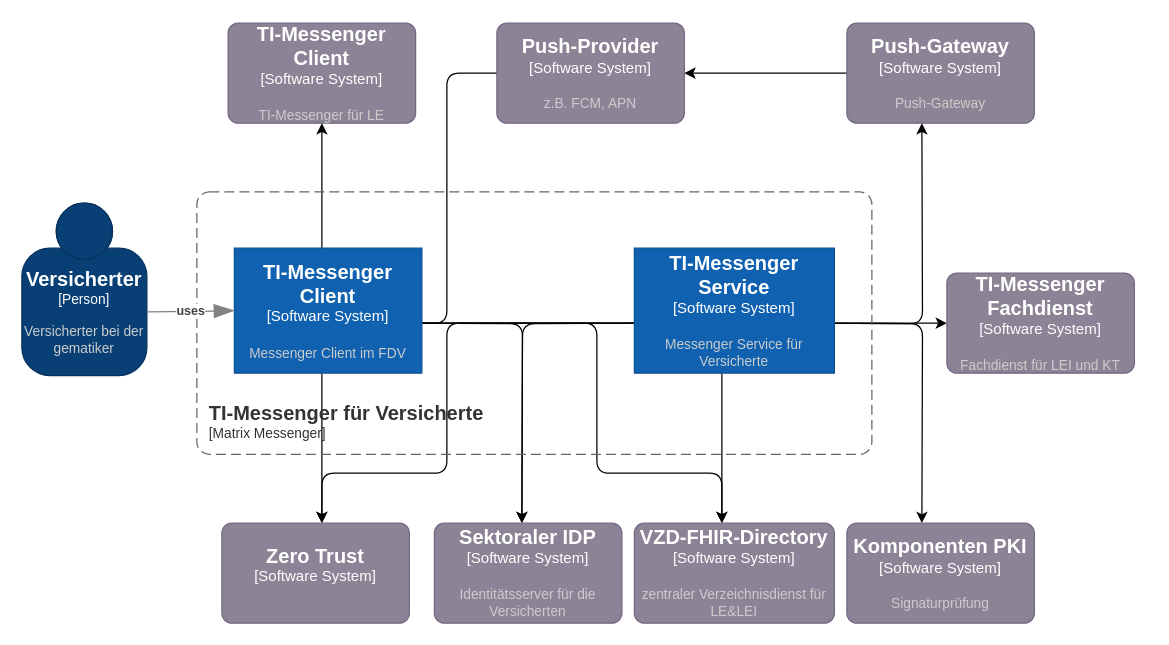
Above: src/drawio/TI-M_Kontextabgrenzung_fdv.drawio in gematik/api-ti-messenger (draw.io), before the change. Source tidied: cells renumbered, new cells numbered last; positions are measured from the earlier drawing's top-left corner, leaving out a move shared by most shapes. Both pictures are drawn from the tidied source at 125%, with x=0, y=0 at pixel (21, 22).
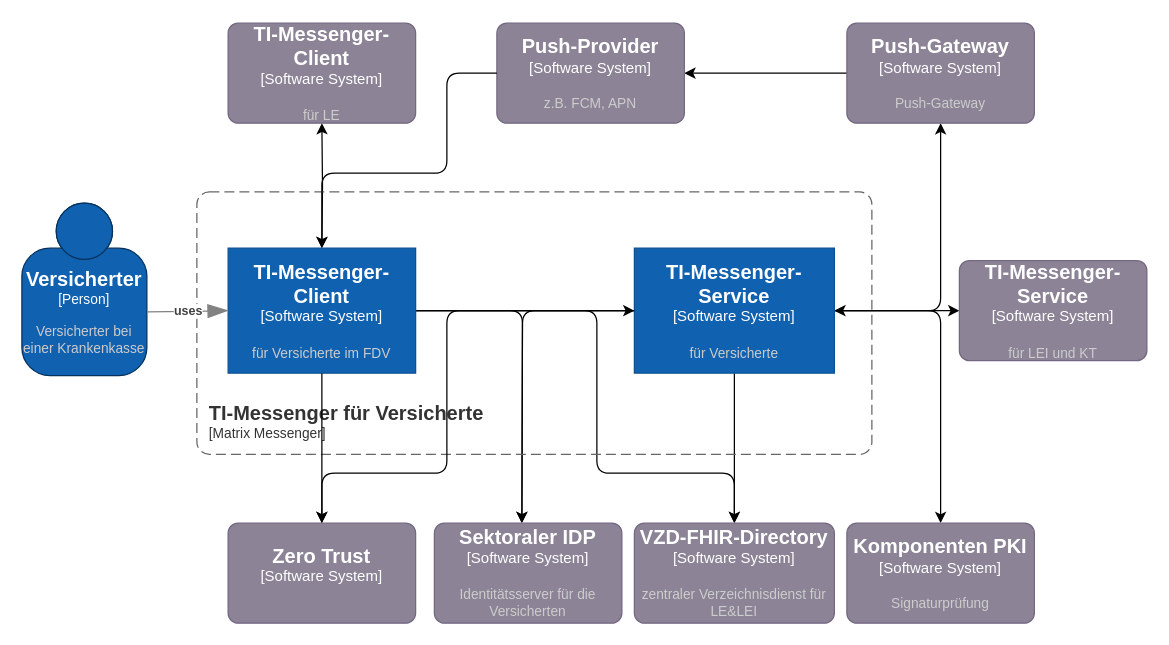
The same page after the edit.

The change refers to these unchanged cells:
```xml
<object id="23" label="&lt;font style=&quot;font-size: 16px&quot;&gt;&lt;b&gt;%c4Name%&lt;/b&gt;&lt;/font&gt;&lt;div&gt;[%c4Type%]&lt;/div&gt;&lt;br&gt;&lt;div&gt;&lt;font style=&quot;font-size: 11px&quot;&gt;&lt;font color=&quot;#cccccc&quot;&gt;%c4Description%&lt;/font&gt;&lt;/div&gt;" c4Description="zentraler Verzeichnisdienst für LE&amp;LEI" c4Name="VZD-FHIR-Directory" c4Type="Software System" placeholders="1">
  <mxCell style="rounded=1;whiteSpace=wrap;html=1;labelBackgroundColor=none;fillColor=#8C8496;fontColor=#ffffff;align=center;arcSize=10;strokeColor=#736782;points=[[0.25,0,0],[0.5,0,0],[0.75,0,0],[1,0.25,0],[1,0.5,0],[1,0.75,0],[0.75,1,0],[0.5,1,0],[0.25,1,0],[0,0.75,0],[0,0.5,0],[0,0.25,0]];" parent="1" vertex="1">
    <mxGeometry x="490" y="400" width="160" height="80" as="geometry" />
  </mxCell>
</object>
<object id="24" label="&lt;font style=&quot;font-size: 16px&quot;&gt;&lt;b&gt;%c4Name%&lt;/b&gt;&lt;/font&gt;&lt;div&gt;[%c4Type%]&lt;/div&gt;&lt;br&gt;&lt;div&gt;&lt;font style=&quot;font-size: 11px&quot;&gt;&lt;font color=&quot;#cccccc&quot;&gt;%c4Description%&lt;/font&gt;&lt;/div&gt;" c4Description="z.B. FCM, APN" c4Name="Push-Provider" c4Type="Software System" placeholders="1">
  <mxCell style="rounded=1;whiteSpace=wrap;html=1;labelBackgroundColor=none;fillColor=#8C8496;fontColor=#ffffff;align=center;arcSize=10;strokeColor=#736782;points=[[0.25,0,0],[0.5,0,0],[0.75,0,0],[1,0.25,0],[1,0.5,0],[1,0.75,0],[0.75,1,0],[0.5,1,0],[0.25,1,0],[0,0.75,0],[0,0.5,0],[0,0.25,0]];" parent="1" vertex="1">
    <mxGeometry x="380" width="150" height="80" as="geometry" />
  </mxCell>
</object>
<object id="25" label="&lt;font style=&quot;font-size: 16px&quot;&gt;&lt;b&gt;%c4Name%&lt;/b&gt;&lt;/font&gt;&lt;div&gt;[%c4Type%]&lt;/div&gt;&lt;br&gt;&lt;div&gt;&lt;font style=&quot;font-size: 11px&quot;&gt;&lt;font color=&quot;#cccccc&quot;&gt;%c4Description%&lt;/font&gt;&lt;/div&gt;" c4Description="Signaturprüfung" c4Name="Komponenten PKI" c4Type="Software System" placeholders="1">
  <mxCell style="rounded=1;whiteSpace=wrap;html=1;labelBackgroundColor=none;fillColor=#8C8496;fontColor=#ffffff;align=center;arcSize=10;strokeColor=#736782;points=[[0.25,0,0],[0.5,0,0],[0.75,0,0],[1,0.25,0],[1,0.5,0],[1,0.75,0],[0.75,1,0],[0.5,1,0],[0.25,1,0],[0,0.75,0],[0,0.5,0],[0,0.25,0]];" parent="1" vertex="1">
    <mxGeometry x="660" y="400" width="150" height="80" as="geometry" />
  </mxCell>
</object>
<object id="27" label="&lt;font style=&quot;font-size: 16px&quot;&gt;&lt;b&gt;%c4Name%&lt;/b&gt;&lt;/font&gt;&lt;div&gt;[%c4Type%]&lt;/div&gt;&lt;br&gt;&lt;div&gt;&lt;font style=&quot;font-size: 11px&quot;&gt;&lt;font color=&quot;#cccccc&quot;&gt;%c4Description%&lt;/font&gt;&lt;/div&gt;" c4Description="Push-Gateway" c4Name="Push-Gateway" c4Type="Software System" placeholders="1">
  <mxCell style="rounded=1;whiteSpace=wrap;html=1;labelBackgroundColor=none;fillColor=#8C8496;fontColor=#ffffff;align=center;arcSize=10;strokeColor=#736782;points=[[0.25,0,0],[0.5,0,0],[0.75,0,0],[1,0.25,0],[1,0.5,0],[1,0.75,0],[0.75,1,0],[0.5,1,0],[0.25,1,0],[0,0.75,0],[0,0.5,0],[0,0.25,0]];" parent="1" vertex="1">
    <mxGeometry x="660" width="150" height="80" as="geometry" />
  </mxCell>
</object>
```

The edit, as a diff of the source:
```diff
@@
-    <mxCell id="2" style="edgeStyle=orthogonalEdgeStyle;rounded=0;orthogonalLoop=1;jettySize=auto;html=1;entryX=0;entryY=0.5;entryDx=0;entryDy=0;" parent="1" edge="1">
-      <mxGeometry relative="1" as="geometry">
-        <mxPoint x="300" y="240" as="sourcePoint" />
-        <mxPoint x="500" y="240" as="targetPoint" />
-      </mxGeometry>
+    <mxCell id="2" style="edgeStyle=orthogonalEdgeStyle;rounded=0;jettySize=auto;html=1;entryX=0;entryY=0.5;entryDx=0;entryDy=0;exitX=1;exitY=0.5;exitDx=0;exitDy=0;exitPerimeter=0;entryPerimeter=0;" parent="1" edge="1" source="15" target="17">
+      <mxGeometry relative="1" as="geometry" />
     </mxCell>
-    <mxCell id="3" style="edgeStyle=orthogonalEdgeStyle;rounded=0;orthogonalLoop=1;jettySize=auto;html=1;entryX=0.5;entryY=0;entryDx=0;entryDy=0;" parent="1" edge="1">
-      <mxGeometry relative="1" as="geometry">
-        <mxPoint x="240" y="280" as="sourcePoint" />
-        <mxPoint x="240" y="400" as="targetPoint" />
-      </mxGeometry>
-    </mxCell>
-    <mxCell id="4" style="edgeStyle=orthogonalEdgeStyle;rounded=1;orthogonalLoop=1;jettySize=auto;html=1;entryX=0.5;entryY=0;entryDx=0;entryDy=0;" parent="1" edge="1">
+    <mxCell id="4" style="edgeStyle=orthogonalEdgeStyle;rounded=1;jettySize=auto;html=1;entryX=0.5;entryY=0;entryDx=0;entryDy=0;exitX=1;exitY=0.5;exitDx=0;exitDy=0;exitPerimeter=0;entryPerimeter=0;" parent="1" edge="1" source="15" target="23">
       <mxGeometry relative="1" as="geometry">
-        <mxPoint x="300" y="240" as="sourcePoint" />
-        <mxPoint x="560" y="400" as="targetPoint" />
         <Array as="points">
-          <mxPoint x="460" y="240" />
+          <mxPoint x="460" y="230" />
           <mxPoint x="460" y="360" />
-          <mxPoint x="560" y="360" />
+          <mxPoint x="570" y="360" />
         </Array>
       </mxGeometry>
     </mxCell>
-    <mxCell id="5" style="edgeStyle=orthogonalEdgeStyle;rounded=1;orthogonalLoop=1;jettySize=auto;html=1;entryX=0.5;entryY=0;entryDx=0;entryDy=0;" parent="1" edge="1">
+    <mxCell id="5" style="edgeStyle=orthogonalEdgeStyle;rounded=1;jettySize=auto;html=1;entryX=0.5;entryY=0;entryDx=0;entryDy=0;exitX=1;exitY=0.5;exitDx=0;exitDy=0;exitPerimeter=0;" parent="1" edge="1" source="15">
       <mxGeometry relative="1" as="geometry">
-        <mxPoint x="300" y="240" as="sourcePoint" />
         <mxPoint x="400" y="400" as="targetPoint" />
       </mxGeometry>
     </mxCell>
-    <mxCell id="6" style="edgeStyle=orthogonalEdgeStyle;rounded=0;orthogonalLoop=1;jettySize=auto;html=1;entryX=0;entryY=0.5;entryDx=0;entryDy=0;startArrow=classic;startFill=1;" parent="1" edge="1">
-      <mxGeometry relative="1" as="geometry">
-        <mxPoint x="620" y="240" as="sourcePoint" />
-        <mxPoint x="740" y="240" as="targetPoint" />
-      </mxGeometry>
+    <mxCell id="6" style="edgeStyle=orthogonalEdgeStyle;rounded=0;jettySize=auto;html=1;entryX=0;entryY=0.5;entryDx=0;entryDy=0;startArrow=classic;startFill=1;exitX=1;exitY=0.5;exitDx=0;exitDy=0;exitPerimeter=0;entryPerimeter=0;" parent="1" edge="1" source="17" target="19">
+      <mxGeometry relative="1" as="geometry" />
     </mxCell>
-    <mxCell id="7" style="edgeStyle=orthogonalEdgeStyle;rounded=1;orthogonalLoop=1;jettySize=auto;html=1;entryX=0.5;entryY=0;entryDx=0;entryDy=0;" parent="1" edge="1">
-      <mxGeometry relative="1" as="geometry">
-        <mxPoint x="620" y="240" as="sourcePoint" />
-        <mxPoint x="720" y="400" as="targetPoint" />
-      </mxGeometry>
+    <mxCell id="7" style="edgeStyle=orthogonalEdgeStyle;rounded=1;jettySize=auto;html=1;entryX=0.5;entryY=0;entryDx=0;entryDy=0;exitX=1;exitY=0.5;exitDx=0;exitDy=0;exitPerimeter=0;entryPerimeter=0;" parent="1" edge="1" source="17" target="25">
+      <mxGeometry relative="1" as="geometry" />
     </mxCell>
-    <mxCell id="8" style="edgeStyle=orthogonalEdgeStyle;rounded=0;orthogonalLoop=1;jettySize=auto;html=1;entryX=0.5;entryY=0;entryDx=0;entryDy=0;" parent="1" edge="1">
-      <mxGeometry relative="1" as="geometry">
-        <mxPoint x="560" y="280" as="sourcePoint" />
-        <mxPoint x="560" y="400" as="targetPoint" />
-      </mxGeometry>
+    <mxCell id="8" style="edgeStyle=orthogonalEdgeStyle;rounded=0;jettySize=auto;html=1;entryX=0.5;entryY=0;entryDx=0;entryDy=0;entryPerimeter=0;exitX=0.5;exitY=1;exitDx=0;exitDy=0;exitPerimeter=0;" parent="1" edge="1" source="17" target="23">
+      <mxGeometry relative="1" as="geometry" />
     </mxCell>
-    <mxCell id="9" style="edgeStyle=orthogonalEdgeStyle;rounded=1;orthogonalLoop=1;jettySize=auto;html=1;entryX=0.5;entryY=0;entryDx=0;entryDy=0;" parent="1" edge="1">
+    <mxCell id="9" style="edgeStyle=orthogonalEdgeStyle;rounded=1;jettySize=auto;html=1;entryX=0.5;entryY=0;entryDx=0;entryDy=0;exitX=0;exitY=0.5;exitDx=0;exitDy=0;exitPerimeter=0;" parent="1" edge="1" source="17">
       <mxGeometry relative="1" as="geometry">
-        <mxPoint x="500" y="240" as="sourcePoint" />
         <mxPoint x="400" y="400" as="targetPoint" />
       </mxGeometry>
     </mxCell>
-    <mxCell id="10" style="edgeStyle=orthogonalEdgeStyle;rounded=1;orthogonalLoop=1;jettySize=auto;html=1;entryX=0.5;entryY=1;entryDx=0;entryDy=0;" parent="1" edge="1">
-      <mxGeometry relative="1" as="geometry">
-        <mxPoint x="620" y="240" as="sourcePoint" />
-        <mxPoint x="720" y="80" as="targetPoint" />
-      </mxGeometry>
+    <mxCell id="10" style="edgeStyle=orthogonalEdgeStyle;rounded=1;jettySize=auto;html=1;entryX=0.5;entryY=1;entryDx=0;entryDy=0;exitX=1;exitY=0.5;exitDx=0;exitDy=0;exitPerimeter=0;entryPerimeter=0;" parent="1" edge="1" source="17" target="27">
+      <mxGeometry relative="1" as="geometry" />
     </mxCell>
-    <mxCell id="11" style="edgeStyle=orthogonalEdgeStyle;rounded=1;orthogonalLoop=1;jettySize=auto;html=1;entryX=0.5;entryY=0;entryDx=0;entryDy=0;" parent="1" edge="1">
-      <mxGeometry relative="1" as="geometry">
-        <mxPoint x="500" y="240" as="sourcePoint" />
-        <mxPoint x="240" y="400" as="targetPoint" />
-        <Array as="points">
-          <mxPoint x="340" y="240" />
-          <mxPoint x="340" y="360" />
-          <mxPoint x="240" y="360" />
-        </Array>
-      </mxGeometry>
-    </mxCell>
-    <mxCell id="12" style="edgeStyle=orthogonalEdgeStyle;rounded=1;jettySize=auto;html=1;entryX=1;entryY=0.5;entryDx=0;entryDy=0;exitX=0;exitY=0.5;exitDx=0;exitDy=0;exitPerimeter=0;" parent="1" edge="1" source="24">
-      <mxGeometry relative="1" as="geometry">
-        <mxPoint x="300" y="240" as="targetPoint" />
-        <Array as="points">
-          <mxPoint x="380" y="40" />
-          <mxPoint x="340" y="40" />
-          <mxPoint x="340" y="240" />
-        </Array>
-      </mxGeometry>
-    </mxCell>
-    <mxCell id="13" style="edgeStyle=orthogonalEdgeStyle;rounded=0;orthogonalLoop=1;jettySize=auto;html=1;entryX=0.5;entryY=0;entryDx=0;entryDy=0;startArrow=classic;startFill=1;" parent="1" edge="1">
+    <mxCell id="13" style="edgeStyle=orthogonalEdgeStyle;rounded=0;jettySize=auto;html=1;entryX=0.5;entryY=0;entryDx=0;entryDy=0;startArrow=classic;startFill=1;entryPerimeter=0;" parent="1" edge="1" target="15">
       <mxGeometry relative="1" as="geometry">
         <mxPoint x="240" y="80" as="sourcePoint" />
-        <mxPoint x="240" y="200" as="targetPoint" />
       </mxGeometry>
     </mxCell>
@@
-    <object id="15" label="&lt;font style=&quot;font-size: 16px&quot;&gt;&lt;b&gt;%c4Name%&lt;/b&gt;&lt;/font&gt;&lt;div&gt;[%c4Type%]&lt;/div&gt;&lt;br&gt;&lt;div&gt;&lt;font style=&quot;font-size: 11px&quot;&gt;&lt;font color=&quot;#cccccc&quot;&gt;%c4Description%&lt;/font&gt;&lt;/div&gt;" c4Description="Messenger Client im FDV" c4Name="TI-Messenger Client" c4Type="Software System" placeholders="1">
+    <object id="15" label="&lt;font style=&quot;font-size: 16px&quot;&gt;&lt;b&gt;%c4Name%&lt;/b&gt;&lt;/font&gt;&lt;div&gt;[%c4Type%]&lt;/div&gt;&lt;br&gt;&lt;div&gt;&lt;font style=&quot;font-size: 11px&quot;&gt;&lt;font color=&quot;#cccccc&quot;&gt;%c4Description%&lt;/font&gt;&lt;/div&gt;" c4Description="für Versicherte im FDV" c4Name="TI-Messenger-Client" c4Type="Software System" placeholders="1">
       <mxCell style="rounded=1;whiteSpace=wrap;html=1;labelBackgroundColor=none;fillColor=#1061B0;fontColor=#ffffff;align=center;arcSize=0;strokeColor=#0D5091;points=[[0.25,0,0],[0.5,0,0],[0.75,0,0],[1,0.25,0],[1,0.5,0],[1,0.75,0],[0.75,1,0],[0.5,1,0],[0.25,1,0],[0,0.75,0],[0,0.5,0],[0,0.25,0]];imageWidth=20;imageHeight=20;" parent="1" vertex="1">
-        <mxGeometry x="170" y="180" width="150" height="100" as="geometry" />
+        <mxGeometry x="165" y="180" width="150" height="100" as="geometry" />
       </mxCell>
     </object>
-    <object id="16" label="&lt;font style=&quot;font-size: 16px&quot;&gt;&lt;b&gt;%c4Name%&lt;/b&gt;&lt;/font&gt;&lt;div&gt;[%c4Type%]&lt;/div&gt;&lt;br&gt;&lt;div&gt;&lt;font style=&quot;font-size: 11px&quot;&gt;&lt;font color=&quot;#cccccc&quot;&gt;%c4Description%&lt;/font&gt;&lt;/div&gt;" c4Description="Versicherter bei der gematiker" c4Name="Versicherter" c4Type="Person" placeholders="1">
-      <mxCell style="html=1;fontSize=11;dashed=0;whiteSpace=wrap;fillColor=#083F75;strokeColor=#06315C;fontColor=#ffffff;shape=mxgraph.c4.person2;align=center;points=[[0.5,0,0],[1,0.5,0],[1,0.75,0],[0.75,1,0],[0.5,1,0],[0.25,1,0],[0,0.75,0],[0,0.5,0]];" parent="1" vertex="1">
+    <object id="16" label="&lt;font style=&quot;font-size: 16px&quot;&gt;&lt;b&gt;%c4Name%&lt;/b&gt;&lt;/font&gt;&lt;div&gt;[%c4Type%]&lt;/div&gt;&lt;br&gt;&lt;div&gt;&lt;font style=&quot;font-size: 11px&quot;&gt;&lt;font color=&quot;#cccccc&quot;&gt;%c4Description%&lt;/font&gt;&lt;/div&gt;" c4Description="Versicherter bei einer Krankenkasse" c4Name="Versicherter" c4Type="Person" placeholders="1">
+      <mxCell style="html=1;fontSize=11;dashed=0;whiteSpace=wrap;fillColor=#1061B0;strokeColor=#06315C;fontColor=#ffffff;shape=mxgraph.c4.person2;align=center;points=[[0.5,0,0],[1,0.5,0],[1,0.75,0],[0.75,1,0],[0.5,1,0],[0.25,1,0],[0,0.75,0],[0,0.5,0]];" parent="1" vertex="1">
         <mxGeometry y="144" width="100" height="138" as="geometry" />
       </mxCell>
     </object>
-    <object id="17" label="&lt;font style=&quot;font-size: 16px&quot;&gt;&lt;b&gt;%c4Name%&lt;/b&gt;&lt;/font&gt;&lt;div&gt;[%c4Type%]&lt;/div&gt;&lt;br&gt;&lt;div&gt;&lt;font style=&quot;font-size: 11px&quot;&gt;&lt;font color=&quot;#cccccc&quot;&gt;%c4Description%&lt;/font&gt;&lt;/div&gt;" c4Description="Messenger Service für Versicherte" c4Name="TI-Messenger Service" c4Type="Software System" placeholders="1">
+    <object id="17" label="&lt;font style=&quot;font-size: 16px&quot;&gt;&lt;b&gt;%c4Name%&lt;/b&gt;&lt;/font&gt;&lt;div&gt;[%c4Type%]&lt;/div&gt;&lt;br&gt;&lt;div&gt;&lt;font style=&quot;font-size: 11px&quot;&gt;&lt;font color=&quot;#cccccc&quot;&gt;%c4Description%&lt;/font&gt;&lt;/div&gt;" c4Description="für Versicherte" c4Name="TI-Messenger-Service" c4Type="Software System" placeholders="1">
       <mxCell style="rounded=1;whiteSpace=wrap;html=1;labelBackgroundColor=none;fillColor=#1061B0;fontColor=#ffffff;align=center;arcSize=0;strokeColor=#0D5091;points=[[0.25,0,0],[0.5,0,0],[0.75,0,0],[1,0.25,0],[1,0.5,0],[1,0.75,0],[0.75,1,0],[0.5,1,0],[0.25,1,0],[0,0.75,0],[0,0.5,0],[0,0.25,0]];imageWidth=20;imageHeight=20;" parent="1" vertex="1">
         <mxGeometry x="490" y="180" width="160" height="100" as="geometry" />
       </mxCell>
     </object>
-    <object id="18" label="&lt;font style=&quot;font-size: 16px&quot;&gt;&lt;b&gt;%c4Name%&lt;/b&gt;&lt;/font&gt;&lt;div&gt;[%c4Type%]&lt;/div&gt;&lt;br&gt;&lt;div&gt;&lt;font style=&quot;font-size: 11px&quot;&gt;&lt;font color=&quot;#cccccc&quot;&gt;%c4Description%&lt;/font&gt;&lt;/div&gt;" c4Description="TI-Messenger für LE" c4Name="TI-Messenger Client" c4Type="Software System" placeholders="1">
+    <object id="18" label="&lt;font style=&quot;font-size: 16px&quot;&gt;&lt;b&gt;%c4Name%&lt;/b&gt;&lt;/font&gt;&lt;div&gt;[%c4Type%]&lt;/div&gt;&lt;br&gt;&lt;div&gt;&lt;font style=&quot;font-size: 11px&quot;&gt;&lt;font color=&quot;#cccccc&quot;&gt;%c4Description%&lt;/font&gt;&lt;/div&gt;" c4Description="für LE" c4Name="TI-Messenger-Client" c4Type="Software System" placeholders="1">
       <mxCell style="rounded=1;whiteSpace=wrap;html=1;labelBackgroundColor=none;fillColor=#8C8496;fontColor=#ffffff;align=center;arcSize=10;strokeColor=#736782;" parent="1" vertex="1">
         <mxGeometry x="165" width="150" height="80" as="geometry" />
       </mxCell>
     </object>
-    <object id="19" label="&lt;font style=&quot;font-size: 16px&quot;&gt;&lt;b&gt;%c4Name%&lt;/b&gt;&lt;/font&gt;&lt;div&gt;[%c4Type%]&lt;/div&gt;&lt;br&gt;&lt;div&gt;&lt;font style=&quot;font-size: 11px&quot;&gt;&lt;font color=&quot;#cccccc&quot;&gt;%c4Description%&lt;/font&gt;&lt;/div&gt;" c4Description="Fachdienst für LEI und KT" c4Name="TI-Messenger Fachdienst" c4Type="Software System" placeholders="1">
+    <object id="19" label="&lt;font style=&quot;font-size: 16px&quot;&gt;&lt;b&gt;%c4Name%&lt;/b&gt;&lt;/font&gt;&lt;div&gt;[%c4Type%]&lt;/div&gt;&lt;br&gt;&lt;div&gt;&lt;font style=&quot;font-size: 11px&quot;&gt;&lt;font color=&quot;#cccccc&quot;&gt;%c4Description%&lt;/font&gt;&lt;/div&gt;" c4Description="für LEI und KT" c4Name="TI-Messenger-Service" c4Type="Software System" placeholders="1">
       <mxCell style="rounded=1;whiteSpace=wrap;html=1;labelBackgroundColor=none;fillColor=#8C8496;fontColor=#ffffff;align=center;arcSize=10;strokeColor=#736782;points=[[0.25,0,0],[0.5,0,0],[0.75,0,0],[1,0.25,0],[1,0.5,0],[1,0.75,0],[0.75,1,0],[0.5,1,0],[0.25,1,0],[0,0.75,0],[0,0.5,0],[0,0.25,0]];" parent="1" vertex="1">
-        <mxGeometry x="740" y="200" width="150" height="80" as="geometry" />
+        <mxGeometry x="750" y="190" width="150" height="80" as="geometry" />
       </mxCell>
     </object>
@@
     <object id="26" label="&lt;font style=&quot;font-size: 16px&quot;&gt;&lt;b&gt;%c4Name%&lt;/b&gt;&lt;/font&gt;&lt;div&gt;[%c4Type%]&lt;/div&gt;&lt;br&gt;&lt;div&gt;&lt;font style=&quot;font-size: 11px&quot;&gt;&lt;font color=&quot;#cccccc&quot;&gt;%c4Description%&lt;/font&gt;&lt;/div&gt;" c4Description="" c4Name="Zero Trust" c4Type="Software System" placeholders="1">
       <mxCell style="rounded=1;whiteSpace=wrap;html=1;labelBackgroundColor=none;fillColor=#8C8496;fontColor=#ffffff;align=center;arcSize=10;strokeColor=#736782;points=[[0.25,0,0],[0.5,0,0],[0.75,0,0],[1,0.25,0],[1,0.5,0],[1,0.75,0],[0.75,1,0],[0.5,1,0],[0.25,1,0],[0,0.75,0],[0,0.5,0],[0,0.25,0]];" parent="1" vertex="1">
-        <mxGeometry x="160" y="400" width="150" height="80" as="geometry" />
+        <mxGeometry x="165" y="400" width="150" height="80" as="geometry" />
       </mxCell>
     </object>
@@
+    <mxCell id="28" style="edgeStyle=orthogonalEdgeStyle;rounded=1;jettySize=auto;html=1;entryX=0.5;entryY=0;entryDx=0;entryDy=0;entryPerimeter=0;" parent="1" edge="1" source="24" target="15">
+      <mxGeometry relative="1" as="geometry">
+        <Array as="points">
+          <mxPoint x="340" y="40" />
+          <mxPoint x="340" y="120" />
+          <mxPoint x="240" y="120" />
+        </Array>
+      </mxGeometry>
+    </mxCell>
+    <mxCell id="29" style="edgeStyle=orthogonalEdgeStyle;rounded=1;jettySize=auto;html=1;entryX=0.5;entryY=0;entryDx=0;entryDy=0;entryPerimeter=0;" parent="1" edge="1" source="17" target="26">
+      <mxGeometry relative="1" as="geometry">
+        <Array as="points">
+          <mxPoint x="340" y="230" />
+          <mxPoint x="340" y="360" />
+          <mxPoint x="240" y="360" />
+        </Array>
+      </mxGeometry>
+    </mxCell>
+    <mxCell id="30" style="edgeStyle=orthogonalEdgeStyle;rounded=0;jettySize=auto;html=1;entryX=0.5;entryY=0;entryDx=0;entryDy=0;entryPerimeter=0;" parent="1" edge="1" source="15" target="26">
+      <mxGeometry relative="1" as="geometry" />
+    </mxCell>
```
